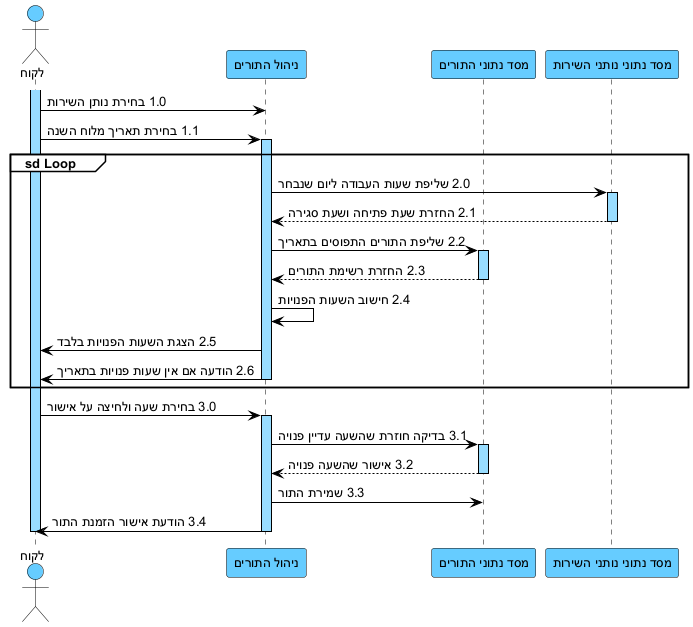
Earlier version of the PlantUML export docs/diagrams/png/03-seq-suc03-הזמנת-תור.png (arielkaplan20/GOLDEN_HAIR_SALOAN).
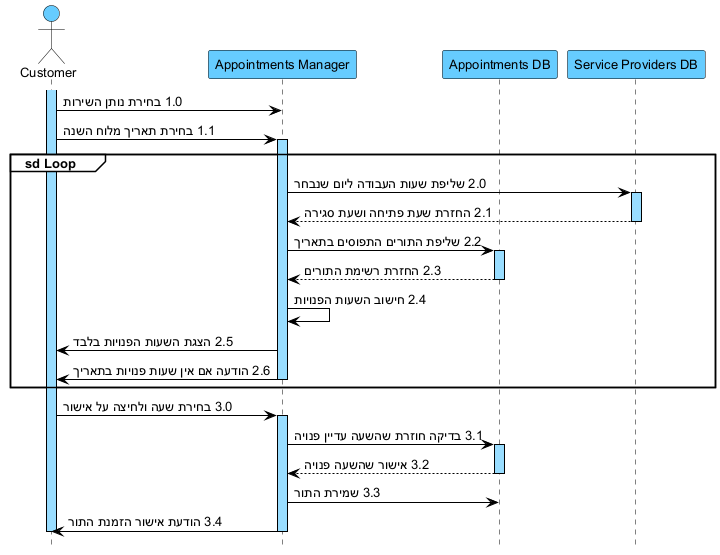
The same diagram one commit later.

The edit, as a diff of the source:
```diff
@@ -1,4 +1,5 @@
 @startuml
+hide footbox
 skinparam backgroundColor white
 skinparam defaultFontName Arial
 skinparam defaultFontSize 13
@@ -18,10 +19,10 @@
 GroupHeaderFontColor black
 }
 
-actor "לקוח" as C
-participant "ניהול התורים" as AM
-participant "מסד נתוני התורים" as ADB
-participant "מסד נתוני נותני השירות" as SDB
+actor "Customer" as C
+participant "Appointments Manager" as AM
+participant "Appointments DB" as ADB
+participant "Service Providers DB" as SDB
 
 activate C
 C -> AM : 1.0 בחירת נותן השירות
```
